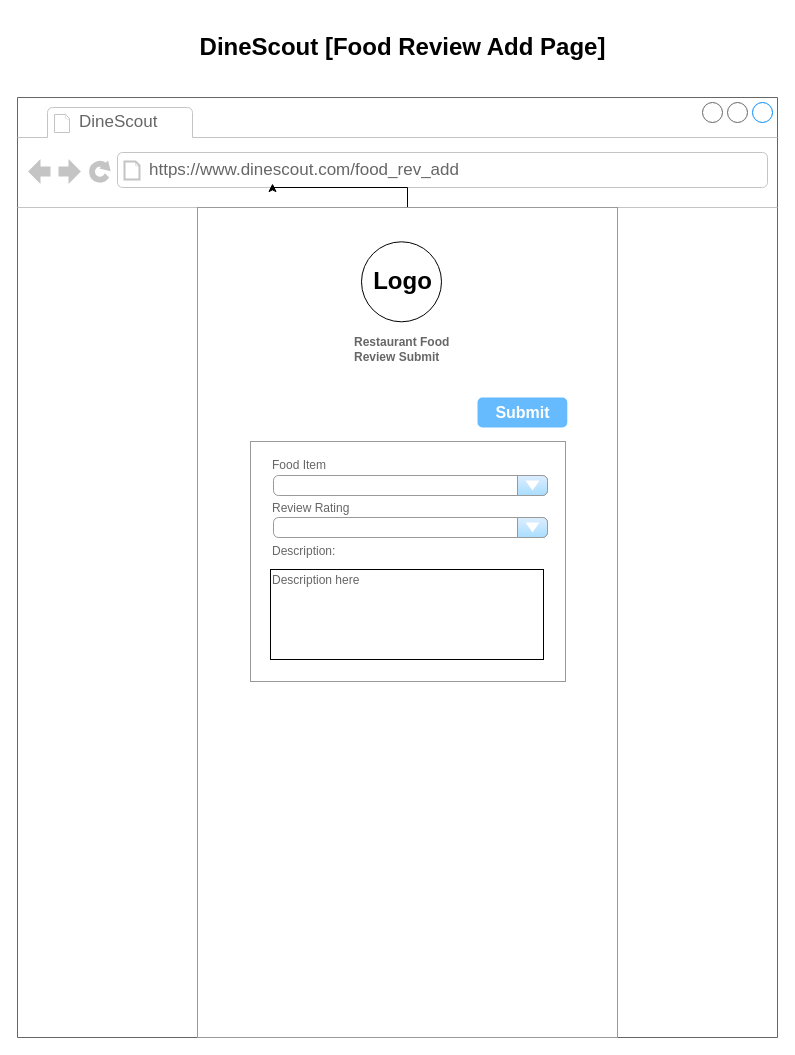
Above: ds_food_rev_add.drawio in Stucki-Kyle/IS6465 (draw.io), before the change. Source tidied: cells renumbered, new cells numbered last; positions are measured from the earlier drawing's top-left corner, leaving out a move shared by most shapes. Both pictures are drawn from the tidied source at 100%, with x=0, y=0 at pixel (17, 17).
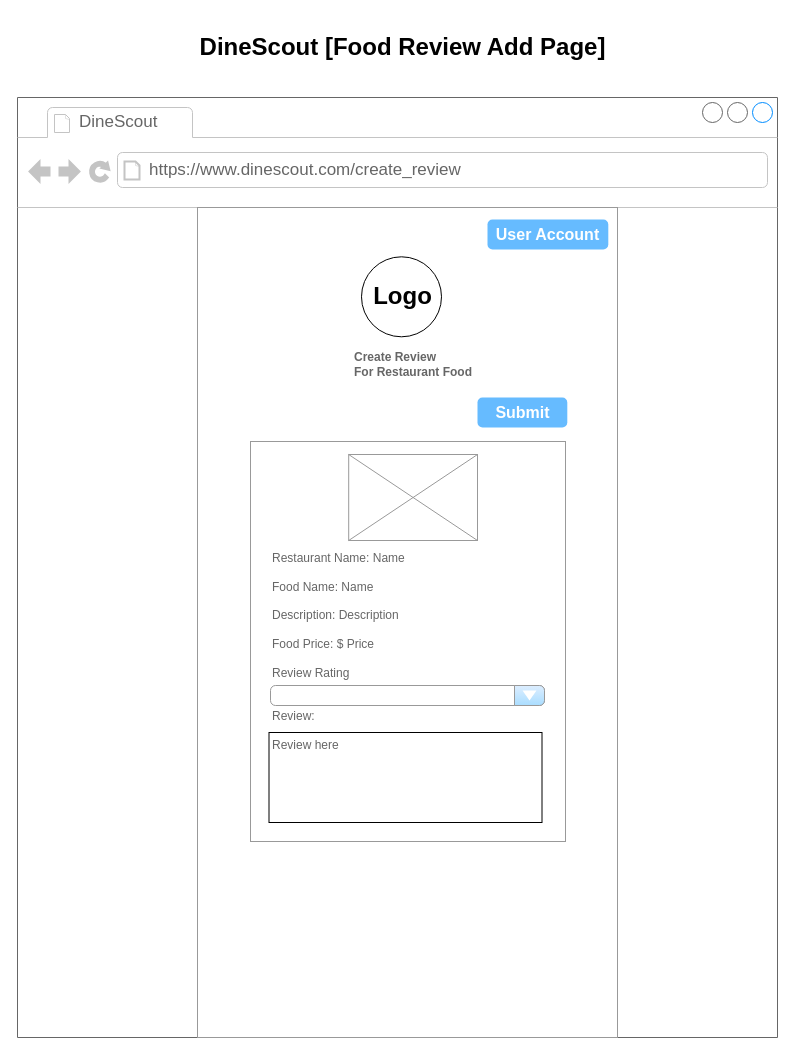
The same diagram, later.

The edit, as a diff of the source:
```diff
@@
 <mxGraphModel>
   <root>
     <mxCell id="0" />
     <mxCell id="1" parent="0" />
     <mxCell id="2" style="strokeWidth=1;shadow=0;dashed=0;align=center;html=1;shape=mxgraph.mockup.containers.browserWindow;rSize=0;strokeColor=#666666;strokeColor2=#008cff;strokeColor3=#c4c4c4;mainText=,;" parent="1" vertex="1">
       <mxGeometry y="80" width="760" height="940" as="geometry" />
     </mxCell>
     <mxCell id="3" value="DineScout" style="strokeWidth=1;shadow=0;dashed=0;align=center;html=1;shape=mxgraph.mockup.containers.anchor;fontSize=17;fontColor=#666666;align=left;whiteSpace=wrap;" parent="2" vertex="1">
       <mxGeometry x="60" y="12" width="110" height="26" as="geometry" />
     </mxCell>
-    <mxCell id="4" value="https://www.dinescout.com/food_rev_add" style="strokeWidth=1;shadow=0;dashed=0;align=center;html=1;shape=mxgraph.mockup.containers.anchor;rSize=0;fontSize=17;fontColor=#666666;align=left;" parent="2" vertex="1">
+    <mxCell id="4" value="https://www.dinescout.com/create_review" style="strokeWidth=1;shadow=0;dashed=0;align=center;html=1;shape=mxgraph.mockup.containers.anchor;rSize=0;fontSize=17;fontColor=#666666;align=left;" parent="2" vertex="1">
       <mxGeometry x="130" y="60" width="250" height="26" as="geometry" />
     </mxCell>
-    <mxCell id="5" style="edgeStyle=orthogonalEdgeStyle;rounded=0;jettySize=auto;html=1;" parent="2" edge="1" source="6" target="4">
-      <mxGeometry relative="1" as="geometry" />
-    </mxCell>
     <mxCell id="6" style="strokeWidth=1;shadow=0;dashed=0;align=center;html=1;shape=mxgraph.mockup.forms.rrect;rSize=0;strokeColor=#999999;fillColor=#ffffff;" parent="2" vertex="1">
       <mxGeometry x="180" y="110" width="420" height="830" as="geometry" />
     </mxCell>
-    <mxCell id="7" value="&lt;b&gt;Restaurant Food&lt;/b&gt;&lt;div&gt;&lt;b&gt;Review Submit&lt;/b&gt;&lt;/div&gt;" style="strokeWidth=1;shadow=0;dashed=0;align=center;html=1;shape=mxgraph.mockup.forms.anchor;fontSize=12;fontColor=#666666;align=left;spacingLeft=0;" parent="6" vertex="1">
+    <mxCell id="7" value="&lt;b&gt;Create Review&lt;/b&gt;&lt;div&gt;&lt;b&gt;For Restaurant Food&lt;/b&gt;&lt;/div&gt;" style="strokeWidth=1;shadow=0;dashed=0;align=center;html=1;shape=mxgraph.mockup.forms.anchor;fontSize=12;fontColor=#666666;align=left;spacingLeft=0;" parent="6" vertex="1">
       <mxGeometry width="273" height="40" relative="1" as="geometry">
-        <mxPoint x="155" y="122" as="offset" />
+        <mxPoint x="155" y="137" as="offset" />
       </mxGeometry>
     </mxCell>
-    <mxCell id="8" style="strokeWidth=1;shadow=0;dashed=0;align=center;html=1;shape=mxgraph.mockup.forms.rrect;rSize=0;strokeColor=#999999;fontColor=#666666;align=left;spacingLeft=5;" parent="6" vertex="1">
-      <mxGeometry width="315" height="240" relative="1" as="geometry">
-        <mxPoint x="53" y="234" as="offset" />
-      </mxGeometry>
-    </mxCell>
     <mxCell id="9" style="ellipse;whiteSpace=wrap;html=1;" parent="6" vertex="1">
-      <mxGeometry x="164" y="34.3" width="80" height="80" as="geometry" />
+      <mxGeometry x="164" y="49.3" width="80" height="80" as="geometry" />
     </mxCell>
     <mxCell id="10" value="Logo" style="text;strokeColor=none;fillColor=none;html=1;fontSize=24;fontStyle=1;verticalAlign=middle;align=center;" parent="6" vertex="1">
-      <mxGeometry x="100" y="51.6" width="210" height="45.4" as="geometry" />
+      <mxGeometry x="100" y="66.6" width="210" height="45.4" as="geometry" />
     </mxCell>
     <mxCell id="11" value="Submit" style="strokeWidth=1;shadow=0;dashed=0;align=center;html=1;shape=mxgraph.mockup.forms.rrect;rSize=5;strokeColor=none;fontColor=#ffffff;fillColor=#66bbff;fontSize=16;fontStyle=1;" parent="6" vertex="1">
       <mxGeometry x="280" y="190" width="89.8" height="30" as="geometry" />
     </mxCell>
-    <mxCell id="12" style="strokeWidth=1;shadow=0;dashed=0;align=center;html=1;shape=mxgraph.mockup.forms.anchor;fontSize=12;fontColor=#666666;align=left;spacingLeft=0;" parent="6" vertex="1">
-      <mxGeometry x="165" y="247" width="90" height="20" as="geometry" />
-    </mxCell>
-    <mxCell id="13" style="rounded=0;whiteSpace=wrap;html=1;" parent="6" vertex="1">
-      <mxGeometry x="73" y="362" width="273" height="90" as="geometry" />
-    </mxCell>
-    <mxCell id="14" style="strokeWidth=1;shadow=0;dashed=0;align=center;html=1;shape=mxgraph.mockup.forms.comboBox;strokeColor=#999999;fillColor=#ddeeff;align=left;fillColor2=#aaddff;mainText=;fontColor=#666666;fontSize=17;spacingLeft=3;" parent="6" vertex="1">
-      <mxGeometry x="76" y="268" width="274" height="20" as="geometry" />
-    </mxCell>
-    <mxCell id="15" value="&lt;span style=&quot;background-color: initial;&quot;&gt;Food Item&lt;/span&gt;&lt;div&gt;&lt;br&gt;&lt;/div&gt;&lt;div&gt;&lt;br&gt;&lt;/div&gt;&lt;div&gt;Review Rating&lt;/div&gt;&lt;div&gt;&lt;br&gt;&lt;/div&gt;&lt;div&gt;&lt;br&gt;&lt;/div&gt;&lt;div&gt;Description:&amp;nbsp;&lt;/div&gt;&lt;div&gt;&lt;br&gt;&lt;/div&gt;&lt;div&gt;Description here&lt;/div&gt;" style="strokeWidth=1;shadow=0;dashed=0;align=center;html=1;shape=mxgraph.mockup.forms.anchor;fontSize=12;fontColor=#666666;align=left;spacingLeft=0;" parent="6" vertex="1">
-      <mxGeometry width="210" height="130" relative="1" as="geometry">
-        <mxPoint x="73" y="250" as="offset" />
-      </mxGeometry>
-    </mxCell>
-    <mxCell id="16" style="strokeWidth=1;shadow=0;dashed=0;align=center;html=1;shape=mxgraph.mockup.forms.comboBox;strokeColor=#999999;fillColor=#ddeeff;align=left;fillColor2=#aaddff;mainText=;fontColor=#666666;fontSize=17;spacingLeft=3;" parent="6" vertex="1">
-      <mxGeometry x="76" y="310" width="274" height="20" as="geometry" />
-    </mxCell>
+    <mxCell id="18" value="User Account" style="strokeWidth=1;shadow=0;dashed=0;align=center;html=1;shape=mxgraph.mockup.forms.rrect;rSize=5;strokeColor=none;fontColor=#ffffff;fillColor=#66bbff;fontSize=16;fontStyle=1;" parent="6" vertex="1">
+      <mxGeometry x="290" y="12" width="120.8" height="30" as="geometry" />
+    </mxCell>
     <mxCell id="17" value="DineScout [Food Review Add Page]" style="text;strokeColor=none;fillColor=none;html=1;fontSize=24;fontStyle=1;verticalAlign=middle;align=center;" parent="1" vertex="1">
       <mxGeometry x="335" width="100" height="60" as="geometry" />
     </mxCell>
+    <mxCell id="19" style="strokeWidth=1;shadow=0;dashed=0;align=center;html=1;shape=mxgraph.mockup.forms.rrect;rSize=0;strokeColor=#999999;fontColor=#666666;align=left;spacingLeft=5;" parent="1" vertex="1">
+      <mxGeometry x="233" y="424" width="315" height="400" as="geometry" />
+    </mxCell>
+    <mxCell id="20" style="strokeWidth=1;shadow=0;dashed=0;align=center;html=1;shape=mxgraph.mockup.forms.anchor;fontSize=12;fontColor=#666666;align=left;spacingLeft=0;" parent="1" vertex="1">
+      <mxGeometry x="345" y="532" width="90" height="20" as="geometry" />
+    </mxCell>
+    <mxCell id="21" style="rounded=0;whiteSpace=wrap;html=1;" parent="1" vertex="1">
+      <mxGeometry x="251.5" y="715" width="273" height="90" as="geometry" />
+    </mxCell>
+    <mxCell id="22" value="&lt;div&gt;&lt;span style=&quot;background-color: initial;&quot;&gt;Restaurant Name: Name&lt;/span&gt;&lt;/div&gt;&lt;span style=&quot;background-color: initial;&quot;&gt;&lt;div&gt;&lt;span style=&quot;background-color: initial;&quot;&gt;&lt;br&gt;&lt;/span&gt;&lt;/div&gt;Food Name: Name&lt;/span&gt;&lt;div&gt;&lt;br&gt;&lt;/div&gt;&lt;div&gt;Description: Description&lt;/div&gt;&lt;div&gt;&lt;br&gt;&lt;/div&gt;&lt;div&gt;Food Price: $ Price&lt;br&gt;&lt;div&gt;&lt;br&gt;&lt;/div&gt;&lt;div&gt;Review Rating&lt;/div&gt;&lt;div&gt;&lt;br&gt;&lt;/div&gt;&lt;div&gt;&lt;br&gt;&lt;/div&gt;&lt;div&gt;Review:&amp;nbsp;&lt;/div&gt;&lt;div&gt;&lt;br&gt;&lt;/div&gt;&lt;div&gt;Review here&lt;/div&gt;&lt;/div&gt;" style="strokeWidth=1;shadow=0;dashed=0;align=center;html=1;shape=mxgraph.mockup.forms.anchor;fontSize=12;fontColor=#666666;align=left;spacingLeft=0;" parent="1" vertex="1">
+      <mxGeometry x="253" y="569" width="210" height="130" as="geometry" />
+    </mxCell>
+    <mxCell id="23" style="strokeWidth=1;shadow=0;dashed=0;align=center;html=1;shape=mxgraph.mockup.forms.comboBox;strokeColor=#999999;fillColor=#ddeeff;align=left;fillColor2=#aaddff;mainText=;fontColor=#666666;fontSize=17;spacingLeft=3;" parent="1" vertex="1">
+      <mxGeometry x="253" y="668" width="274" height="20" as="geometry" />
+    </mxCell>
+    <mxCell id="24" style="verticalLabelPosition=bottom;shadow=0;dashed=0;align=center;html=1;verticalAlign=top;strokeWidth=1;shape=mxgraph.mockup.graphics.simpleIcon;strokeColor=#999999;" parent="1" vertex="1">
+      <mxGeometry x="331.2" y="437" width="128.8" height="86" as="geometry" />
+    </mxCell>
   </root>
 </mxGraphModel>
```
